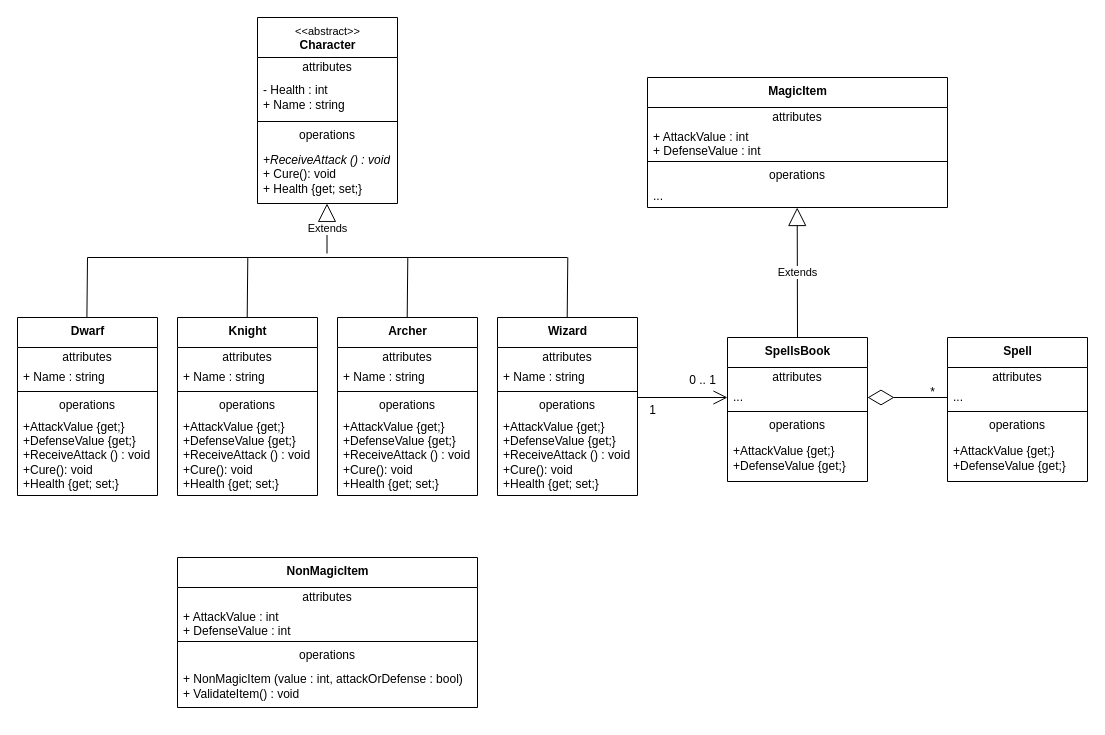
mele-dev/roleplay-parte-2 keeps this draw.io diagram as uml.drawio. Above is the earlier version. Source tidied: cells renumbered, new cells numbered last; positions are measured from the earlier drawing's top-left corner, leaving out a move shared by most shapes. Both pictures are drawn from the tidied source at 100%, with x=0, y=0 at pixel (17, 17).
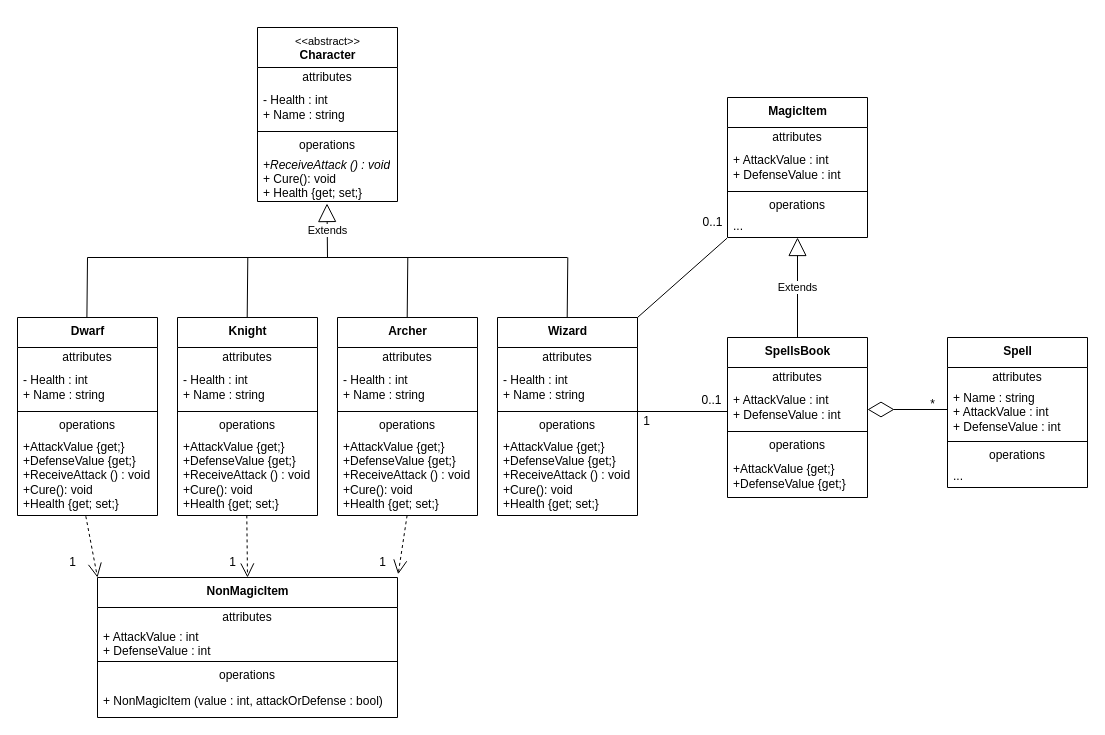
The same page after the edit.

Commit message (it also covers changes not shown here):
cambios finales

The edit, as a diff of the source:
```diff
@@
     <mxCell id="2" value="&lt;b&gt;Archer&lt;/b&gt;" style="swimlane;fontStyle=0;align=center;verticalAlign=top;horizontal=1;startSize=30;html=1;" parent="1" vertex="1">
-      <mxGeometry x="320" y="300" width="140" height="178" as="geometry" />
+      <mxGeometry x="320" y="300" width="140" height="198" as="geometry" />
     </mxCell>
@@
-    <mxCell id="4" value="+ Name : string" style="text;html=1;strokeColor=none;fillColor=none;align=left;verticalAlign=middle;spacingLeft=4;spacingRight=4;overflow=hidden;" parent="2" vertex="1">
-      <mxGeometry y="50" width="140" height="20" as="geometry" />
+    <mxCell id="4" value="- Health : int&lt;br&gt;+ Name : string" style="text;html=1;strokeColor=none;fillColor=none;align=left;verticalAlign=middle;spacingLeft=4;spacingRight=4;overflow=hidden;" parent="2" vertex="1">
+      <mxGeometry y="50" width="140" height="40" as="geometry" />
     </mxCell>
     <mxCell id="5" style="line;strokeWidth=1;fillColor=none;align=left;verticalAlign=middle;spacingTop=-1;spacingLeft=3;spacingRight=3;labelPosition=right;" parent="2" vertex="1">
-      <mxGeometry y="70" width="140" height="8" as="geometry" />
+      <mxGeometry y="90" width="140" height="8" as="geometry" />
     </mxCell>
     <mxCell id="6" value="operations" style="text;html=1;strokeColor=none;fillColor=none;align=center;verticalAlign=middle;spacingLeft=4;spacingRight=4;overflow=hidden;" parent="2" vertex="1">
-      <mxGeometry y="78" width="140" height="20" as="geometry" />
+      <mxGeometry y="98" width="140" height="20" as="geometry" />
     </mxCell>
     <mxCell id="7" value="+AttackValue {get;}&lt;br&gt;+DefenseValue {get;}&lt;br&gt;+ReceiveAttack () : void&lt;br&gt;+Cure(): void&lt;br&gt;+Health {get; set;}" style="text;html=1;strokeColor=none;fillColor=none;align=left;verticalAlign=middle;spacingLeft=4;spacingRight=4;overflow=hidden;" parent="2" vertex="1">
-      <mxGeometry y="98" width="140" height="80" as="geometry" />
+      <mxGeometry y="118" width="140" height="80" as="geometry" />
     </mxCell>
     <mxCell id="8" value="&lt;b&gt;SpellsBook&lt;/b&gt;" style="swimlane;fontStyle=0;align=center;verticalAlign=top;horizontal=1;startSize=30;html=1;" parent="1" vertex="1">
-      <mxGeometry x="710" y="320" width="140" height="144" as="geometry" />
+      <mxGeometry x="710" y="320" width="140" height="160" as="geometry" />
     </mxCell>
@@
-    <mxCell id="10" value="..." style="text;html=1;strokeColor=none;fillColor=none;align=left;verticalAlign=middle;spacingLeft=4;spacingRight=4;overflow=hidden;points=[[0,0.5],[1,0.5]];portConstraint=eastwest;" parent="8" vertex="1">
-      <mxGeometry y="50" width="140" height="20" as="geometry" />
-    </mxCell>
+    <mxCell id="68" value="+ AttackValue : int&lt;br&gt;+ DefenseValue : int" style="text;html=1;strokeColor=none;fillColor=none;align=left;verticalAlign=middle;spacingLeft=4;spacingRight=4;overflow=hidden;" parent="8" vertex="1">
+      <mxGeometry y="50" width="140" height="40" as="geometry" />
+    </mxCell>
     <mxCell id="11" style="line;strokeWidth=1;fillColor=none;align=left;verticalAlign=middle;spacingTop=-1;spacingLeft=3;spacingRight=3;labelPosition=right;" parent="8" vertex="1">
-      <mxGeometry y="70" width="140" height="8" as="geometry" />
+      <mxGeometry y="90" width="140" height="8" as="geometry" />
     </mxCell>
     <mxCell id="12" value="operations" style="text;html=1;strokeColor=none;fillColor=none;align=center;verticalAlign=middle;spacingLeft=4;spacingRight=4;overflow=hidden;" parent="8" vertex="1">
-      <mxGeometry y="78" width="140" height="20" as="geometry" />
+      <mxGeometry y="98" width="140" height="20" as="geometry" />
     </mxCell>
     <mxCell id="13" value="+AttackValue {get;}&lt;br&gt;+DefenseValue {get;}" style="text;html=1;strokeColor=none;fillColor=none;align=left;verticalAlign=middle;spacingLeft=4;spacingRight=4;overflow=hidden;" parent="8" vertex="1">
-      <mxGeometry y="98" width="140" height="46" as="geometry" />
+      <mxGeometry y="118" width="140" height="42" as="geometry" />
     </mxCell>
     <mxCell id="14" value="&lt;b&gt;Spell&lt;/b&gt;" style="swimlane;fontStyle=0;align=center;verticalAlign=top;horizontal=1;startSize=30;html=1;" parent="1" vertex="1">
-      <mxGeometry x="930" y="320" width="140" height="144" as="geometry" />
+      <mxGeometry x="930" y="320" width="140" height="150" as="geometry" />
     </mxCell>
@@
-    <mxCell id="16" value="..." style="text;html=1;strokeColor=none;fillColor=none;align=left;verticalAlign=middle;spacingLeft=4;spacingRight=4;overflow=hidden;" parent="14" vertex="1">
-      <mxGeometry y="50" width="140" height="20" as="geometry" />
-    </mxCell>
+    <mxCell id="69" value="+ Name : string&lt;br&gt;+ AttackValue : int&lt;br&gt;+ DefenseValue : int" style="text;html=1;strokeColor=none;fillColor=none;align=left;verticalAlign=middle;spacingLeft=4;spacingRight=4;overflow=hidden;" parent="14" vertex="1">
+      <mxGeometry y="50" width="140" height="50" as="geometry" />
+    </mxCell>
     <mxCell id="17" style="line;strokeWidth=1;fillColor=none;align=left;verticalAlign=middle;spacingTop=-1;spacingLeft=3;spacingRight=3;labelPosition=right;" parent="14" vertex="1">
-      <mxGeometry y="70" width="140" height="8" as="geometry" />
+      <mxGeometry y="100" width="140" height="8" as="geometry" />
     </mxCell>
     <mxCell id="18" value="operations" style="text;html=1;strokeColor=none;fillColor=none;align=center;verticalAlign=middle;spacingLeft=4;spacingRight=4;overflow=hidden;" parent="14" vertex="1">
-      <mxGeometry y="78" width="140" height="20" as="geometry" />
+      <mxGeometry y="108" width="140" height="20" as="geometry" />
     </mxCell>
-    <mxCell id="19" value="+AttackValue {get;}&lt;br&gt;+DefenseValue {get;}" style="text;html=1;strokeColor=none;fillColor=none;align=left;verticalAlign=middle;spacingLeft=4;spacingRight=4;overflow=hidden;" parent="14" vertex="1">
-      <mxGeometry y="98" width="140" height="46" as="geometry" />
+    <mxCell id="19" value="..." style="text;html=1;strokeColor=none;fillColor=none;align=left;verticalAlign=middle;spacingLeft=4;spacingRight=4;overflow=hidden;" parent="14" vertex="1">
+      <mxGeometry y="128" width="140" height="22" as="geometry" />
     </mxCell>
     <mxCell id="20" style="endArrow=diamondThin;endFill=0;endSize=24;html=1;" parent="1" edge="1">
       <mxGeometry relative="1" as="geometry">
-        <mxPoint x="930" y="380" as="sourcePoint" />
-        <mxPoint x="850" y="380" as="targetPoint" />
+        <mxPoint x="930" y="392" as="sourcePoint" />
+        <mxPoint x="850" y="392" as="targetPoint" />
       </mxGeometry>
     </mxCell>
     <mxCell id="21" value="*" style="text;html=1;align=center;verticalAlign=middle;strokeColor=none;fillColor=none;" parent="1" vertex="1">
-      <mxGeometry x="900" y="360" width="30" height="30" as="geometry" />
+      <mxGeometry x="900" y="372" width="30" height="30" as="geometry" />
     </mxCell>
     <mxCell id="22" value="&lt;b&gt;Wizard&lt;/b&gt;" style="swimlane;fontStyle=0;align=center;verticalAlign=top;horizontal=1;startSize=30;html=1;" parent="1" vertex="1">
-      <mxGeometry x="480" y="300" width="140" height="178" as="geometry" />
+      <mxGeometry x="480" y="300" width="140" height="198" as="geometry" />
     </mxCell>
@@
-    <mxCell id="24" value="+ Name : string" style="text;html=1;strokeColor=none;fillColor=none;align=left;verticalAlign=middle;spacingLeft=4;spacingRight=4;overflow=hidden;" parent="22" vertex="1">
-      <mxGeometry y="50" width="140" height="20" as="geometry" />
-    </mxCell>
+    <mxCell id="70" value="- Health : int&lt;br&gt;+ Name : string" style="text;html=1;strokeColor=none;fillColor=none;align=left;verticalAlign=middle;spacingLeft=4;spacingRight=4;overflow=hidden;" parent="22" vertex="1">
+      <mxGeometry y="50" width="140" height="40" as="geometry" />
+    </mxCell>
     <mxCell id="25" style="line;strokeWidth=1;fillColor=none;align=left;verticalAlign=middle;spacingTop=-1;spacingLeft=3;spacingRight=3;labelPosition=right;" parent="22" vertex="1">
-      <mxGeometry y="70" width="140" height="8" as="geometry" />
+      <mxGeometry y="90" width="140" height="8" as="geometry" />
     </mxCell>
     <mxCell id="26" value="operations" style="text;html=1;strokeColor=none;fillColor=none;align=center;verticalAlign=middle;spacingLeft=4;spacingRight=4;overflow=hidden;" parent="22" vertex="1">
-      <mxGeometry y="78" width="140" height="20" as="geometry" />
+      <mxGeometry y="98" width="140" height="20" as="geometry" />
     </mxCell>
     <mxCell id="27" value="+AttackValue {get;}&lt;br&gt;+DefenseValue {get;}&lt;br&gt;+ReceiveAttack () : void&lt;br&gt;+Cure(): void&lt;br&gt;+Health {get; set;}" style="text;html=1;strokeColor=none;fillColor=none;align=left;verticalAlign=middle;spacingLeft=4;spacingRight=4;overflow=hidden;" parent="22" vertex="1">
-      <mxGeometry y="98" width="140" height="80" as="geometry" />
+      <mxGeometry y="118" width="140" height="80" as="geometry" />
     </mxCell>
-    <mxCell id="28" style="endArrow=open;endFill=1;endSize=12;html=1;entryX=0;entryY=0.5;entryDx=0;entryDy=0;" parent="1" edge="1" target="10">
-      <mxGeometry relative="1" as="geometry">
-        <mxPoint x="620" y="380" as="sourcePoint" />
-      </mxGeometry>
-    </mxCell>
-    <mxCell id="29" value="0 .. 1" style="text;html=1;align=center;verticalAlign=middle;strokeColor=none;fillColor=none;" parent="1" vertex="1">
-      <mxGeometry x="660" y="348" width="50" height="30" as="geometry" />
+    <mxCell id="29" value="0..1" style="text;html=1;align=center;verticalAlign=middle;strokeColor=none;fillColor=none;" parent="1" vertex="1">
+      <mxGeometry x="674" y="368" width="40" height="30" as="geometry" />
     </mxCell>
     <mxCell id="30" value="1" style="text;html=1;align=center;verticalAlign=middle;strokeColor=none;fillColor=none;" parent="1" vertex="1">
-      <mxGeometry x="620" y="378" width="30" height="30" as="geometry" />
+      <mxGeometry x="614" y="389" width="30" height="30" as="geometry" />
     </mxCell>
     <mxCell id="31" value="&lt;font style=&quot;font-size: 11px;&quot;&gt;&amp;lt;&amp;lt;abstract&amp;gt;&amp;gt;&lt;/font&gt;&lt;br&gt;&lt;b&gt;Character&lt;/b&gt;" style="swimlane;fontStyle=0;align=center;verticalAlign=top;horizontal=1;startSize=40;html=1;" parent="1" vertex="1">
-      <mxGeometry x="240" width="140" height="186" as="geometry" />
+      <mxGeometry x="240" y="10" width="140" height="174" as="geometry" />
     </mxCell>
@@
     <mxCell id="36" value="&lt;i&gt;+ReceiveAttack () : void&lt;/i&gt;&lt;br&gt;+ Cure(): void&lt;br&gt;+ Health {get; set;}" style="text;html=1;strokeColor=none;fillColor=none;align=left;verticalAlign=middle;spacingLeft=4;spacingRight=4;overflow=hidden;" parent="31" vertex="1">
-      <mxGeometry y="128" width="140" height="58" as="geometry" />
+      <mxGeometry y="128" width="140" height="46" as="geometry" />
     </mxCell>
     <mxCell id="37" value="&lt;b&gt;Knight&lt;/b&gt;" style="swimlane;fontStyle=0;align=center;verticalAlign=top;horizontal=1;startSize=30;html=1;" parent="1" vertex="1">
-      <mxGeometry x="160" y="300" width="140" height="178" as="geometry" />
+      <mxGeometry x="160" y="300" width="140" height="198" as="geometry" />
     </mxCell>
@@
-    <mxCell id="39" value="+ Name : string" style="text;html=1;strokeColor=none;fillColor=none;align=left;verticalAlign=middle;spacingLeft=4;spacingRight=4;overflow=hidden;" parent="37" vertex="1">
-      <mxGeometry y="50" width="140" height="20" as="geometry" />
-    </mxCell>
+    <mxCell id="71" value="- Health : int&lt;br&gt;+ Name : string" style="text;html=1;strokeColor=none;fillColor=none;align=left;verticalAlign=middle;spacingLeft=4;spacingRight=4;overflow=hidden;" parent="37" vertex="1">
+      <mxGeometry y="50" width="140" height="40" as="geometry" />
+    </mxCell>
     <mxCell id="40" style="line;strokeWidth=1;fillColor=none;align=left;verticalAlign=middle;spacingTop=-1;spacingLeft=3;spacingRight=3;labelPosition=right;" parent="37" vertex="1">
-      <mxGeometry y="70" width="140" height="8" as="geometry" />
+      <mxGeometry y="90" width="140" height="8" as="geometry" />
     </mxCell>
     <mxCell id="41" value="operations" style="text;html=1;strokeColor=none;fillColor=none;align=center;verticalAlign=middle;spacingLeft=4;spacingRight=4;overflow=hidden;" parent="37" vertex="1">
-      <mxGeometry y="78" width="140" height="20" as="geometry" />
+      <mxGeometry y="98" width="140" height="20" as="geometry" />
     </mxCell>
     <mxCell id="42" value="+AttackValue {get;}&lt;br&gt;+DefenseValue {get;}&lt;br&gt;+ReceiveAttack () : void&lt;br&gt;+Cure(): void&lt;br&gt;+Health {get; set;}" style="text;html=1;strokeColor=none;fillColor=none;align=left;verticalAlign=middle;spacingLeft=4;spacingRight=4;overflow=hidden;points=[[0,0.5],[1,0.5]];portConstraint=eastwest;" parent="37" vertex="1">
-      <mxGeometry y="98" width="140" height="80" as="geometry" />
+      <mxGeometry y="118" width="140" height="80" as="geometry" />
     </mxCell>
     <mxCell id="43" value="&lt;b&gt;Dwarf&lt;/b&gt;" style="swimlane;fontStyle=0;align=center;verticalAlign=top;horizontal=1;startSize=30;html=1;" parent="1" vertex="1">
-      <mxGeometry y="300" width="140" height="178" as="geometry" />
+      <mxGeometry y="300" width="140" height="198" as="geometry" />
     </mxCell>
@@
-    <mxCell id="45" value="+ Name : string" style="text;html=1;strokeColor=none;fillColor=none;align=left;verticalAlign=middle;spacingLeft=4;spacingRight=4;overflow=hidden;" parent="43" vertex="1">
-      <mxGeometry y="50" width="140" height="20" as="geometry" />
-    </mxCell>
+    <mxCell id="72" value="- Health : int&lt;br&gt;+ Name : string" style="text;html=1;strokeColor=none;fillColor=none;align=left;verticalAlign=middle;spacingLeft=4;spacingRight=4;overflow=hidden;" parent="43" vertex="1">
+      <mxGeometry y="50" width="140" height="40" as="geometry" />
+    </mxCell>
     <mxCell id="46" style="line;strokeWidth=1;fillColor=none;align=left;verticalAlign=middle;spacingTop=-1;spacingLeft=3;spacingRight=3;labelPosition=right;" parent="43" vertex="1">
-      <mxGeometry y="70" width="140" height="8" as="geometry" />
+      <mxGeometry y="90" width="140" height="8" as="geometry" />
     </mxCell>
     <mxCell id="47" value="operations" style="text;html=1;strokeColor=none;fillColor=none;align=center;verticalAlign=middle;spacingLeft=4;spacingRight=4;overflow=hidden;" parent="43" vertex="1">
-      <mxGeometry y="78" width="140" height="20" as="geometry" />
+      <mxGeometry y="98" width="140" height="20" as="geometry" />
     </mxCell>
     <mxCell id="48" value="+AttackValue {get;}&lt;br&gt;+DefenseValue {get;}&lt;br&gt;+ReceiveAttack () : void&lt;br&gt;+Cure(): void&lt;br&gt;+Health {get; set;}" style="text;html=1;strokeColor=none;fillColor=none;align=left;verticalAlign=middle;spacingLeft=4;spacingRight=4;overflow=hidden;points=[[0,0.5],[1,0.5]];portConstraint=eastwest;" parent="43" vertex="1">
-      <mxGeometry y="98" width="140" height="80" as="geometry" />
+      <mxGeometry y="118" width="140" height="80" as="geometry" />
     </mxCell>
     <mxCell id="49" value="Extends" style="endArrow=block;endSize=16;endFill=0;html=1;" parent="1" edge="1">
       <mxGeometry relative="1" as="geometry">
-        <mxPoint x="309.5" y="236" as="sourcePoint" />
+        <mxPoint x="310" y="240" as="sourcePoint" />
         <mxPoint x="309.5" y="186" as="targetPoint" />
       </mxGeometry>
     </mxCell>
@@
     <mxCell id="55" value="&lt;b&gt;NonMagicItem&lt;/b&gt;" style="swimlane;fontStyle=0;align=center;verticalAlign=top;horizontal=1;startSize=30;html=1;" parent="1" vertex="1">
-      <mxGeometry x="160" y="540" width="300" height="150" as="geometry" />
+      <mxGeometry x="80" y="560" width="300" height="140" as="geometry" />
     </mxCell>
@@
-    <mxCell id="60" value="+ NonMagicItem (value : int, attackOrDefense : bool)&lt;br&gt;+ ValidateItem() : void" style="text;html=1;strokeColor=none;fillColor=none;align=left;verticalAlign=middle;spacingLeft=4;spacingRight=4;overflow=hidden;" parent="55" vertex="1">
-      <mxGeometry y="108" width="300" height="42" as="geometry" />
+    <mxCell id="60" value="+ NonMagicItem (value : int, attackOrDefense : bool)" style="text;html=1;strokeColor=none;fillColor=none;align=left;verticalAlign=middle;spacingLeft=4;spacingRight=4;overflow=hidden;" parent="55" vertex="1">
+      <mxGeometry y="108" width="300" height="32" as="geometry" />
     </mxCell>
     <mxCell id="61" value="&lt;b&gt;MagicItem&lt;/b&gt;" style="swimlane;fontStyle=0;align=center;verticalAlign=top;horizontal=1;startSize=30;html=1;" parent="1" vertex="1">
-      <mxGeometry x="630" y="60" width="300" height="130" as="geometry" />
+      <mxGeometry x="710" y="80" width="140" height="140" as="geometry" />
     </mxCell>
     <mxCell id="62" value="attributes" style="text;html=1;strokeColor=none;fillColor=none;align=center;verticalAlign=middle;spacingLeft=4;spacingRight=4;overflow=hidden;" parent="61" vertex="1">
-      <mxGeometry y="30" width="300" height="20" as="geometry" />
+      <mxGeometry y="30" width="140" height="20" as="geometry" />
     </mxCell>
     <mxCell id="63" value="+ AttackValue : int&lt;br&gt;+ DefenseValue : int" style="text;html=1;strokeColor=none;fillColor=none;align=left;verticalAlign=middle;spacingLeft=4;spacingRight=4;overflow=hidden;" parent="61" vertex="1">
-      <mxGeometry y="50" width="300" height="30" as="geometry" />
+      <mxGeometry y="50" width="140" height="40" as="geometry" />
     </mxCell>
     <mxCell id="64" style="line;strokeWidth=1;fillColor=none;align=left;verticalAlign=middle;spacingTop=-1;spacingLeft=3;spacingRight=3;labelPosition=right;" parent="61" vertex="1">
-      <mxGeometry y="80" width="300" height="8" as="geometry" />
+      <mxGeometry y="90" width="140" height="8" as="geometry" />
     </mxCell>
     <mxCell id="65" value="operations" style="text;html=1;strokeColor=none;fillColor=none;align=center;verticalAlign=middle;spacingLeft=4;spacingRight=4;overflow=hidden;" parent="61" vertex="1">
-      <mxGeometry y="88" width="300" height="20" as="geometry" />
+      <mxGeometry y="98" width="140" height="20" as="geometry" />
     </mxCell>
     <mxCell id="66" value="..." style="text;html=1;strokeColor=none;fillColor=none;align=left;verticalAlign=middle;spacingLeft=4;spacingRight=4;overflow=hidden;" parent="61" vertex="1">
-      <mxGeometry y="108" width="300" height="22" as="geometry" />
+      <mxGeometry y="118" width="140" height="22" as="geometry" />
     </mxCell>
     <mxCell id="67" value="Extends" style="endArrow=block;endSize=16;endFill=0;html=1;exitX=0.5;exitY=0;exitDx=0;exitDy=0;" parent="1" edge="1" source="8">
       <mxGeometry relative="1" as="geometry">
-        <mxPoint x="779.7" y="190" as="targetPoint" />
+        <mxPoint x="780" y="220" as="targetPoint" />
       </mxGeometry>
     </mxCell>
+    <mxCell id="73" value="1" style="text;html=1;align=center;verticalAlign=middle;points=[];strokeColor=none;fillColor=none;" parent="1" vertex="1">
+      <mxGeometry x="350" y="530" width="30" height="30" as="geometry" />
+    </mxCell>
+    <mxCell id="74" value="0..1" style="text;html=1;align=center;verticalAlign=middle;points=[];strokeColor=none;fillColor=none;" parent="1" vertex="1">
+      <mxGeometry x="675" y="190" width="40" height="30" as="geometry" />
+    </mxCell>
+    <mxCell id="75" value="1" style="text;html=1;align=center;verticalAlign=middle;points=[];strokeColor=none;fillColor=none;" parent="1" vertex="1">
+      <mxGeometry x="200" y="530" width="30" height="30" as="geometry" />
+    </mxCell>
+    <mxCell id="76" value="1" style="text;html=1;align=center;verticalAlign=middle;strokeColor=none;fillColor=none;" parent="1" vertex="1">
+      <mxGeometry x="40" y="530" width="30" height="30" as="geometry" />
+    </mxCell>
+    <mxCell id="77" style="endArrow=open;endSize=12;dashed=1;html=1;entryX=0;entryY=0;entryDx=0;entryDy=0;exitX=0.488;exitY=1.009;exitDx=0;exitDy=0;exitPerimeter=0;" parent="1" edge="1" source="48" target="55">
+      <mxGeometry relative="1" as="geometry" />
+    </mxCell>
+    <mxCell id="78" style="endArrow=open;endSize=12;dashed=1;html=1;entryX=1;entryY=1;entryDx=0;entryDy=0;exitX=0.495;exitY=0.999;exitDx=0;exitDy=0;exitPerimeter=0;entryPerimeter=0;" parent="1" edge="1" source="42" target="75">
+      <mxGeometry relative="1" as="geometry" />
+    </mxCell>
+    <mxCell id="79" style="endArrow=open;endSize=12;dashed=1;html=1;entryX=1.022;entryY=0.892;entryDx=0;entryDy=0;exitX=0.495;exitY=0.999;exitDx=0;exitDy=0;exitPerimeter=0;entryPerimeter=0;" parent="1" edge="1" target="73">
+      <mxGeometry relative="1" as="geometry">
+        <mxPoint x="389.6" y="497.9" as="sourcePoint" />
+      </mxGeometry>
+    </mxCell>
+    <mxCell id="80" style="html=1;verticalAlign=bottom;labelBackgroundColor=none;endArrow=none;endFill=0;endSize=6;align=left;" parent="1" edge="1">
+      <mxGeometry x="-1" relative="1" as="geometry">
+        <mxPoint x="620" y="394" as="sourcePoint" />
+        <mxPoint x="710" y="394" as="targetPoint" />
+      </mxGeometry>
+    </mxCell>
+    <mxCell id="81" style="html=1;verticalAlign=bottom;labelBackgroundColor=none;endArrow=none;endFill=0;endSize=6;align=left;entryX=0.864;entryY=1.022;entryDx=0;entryDy=0;entryPerimeter=0;" parent="1" edge="1" target="74">
+      <mxGeometry x="-1" relative="1" as="geometry">
+        <mxPoint x="620" y="300" as="sourcePoint" />
+      </mxGeometry>
+    </mxCell>
```
